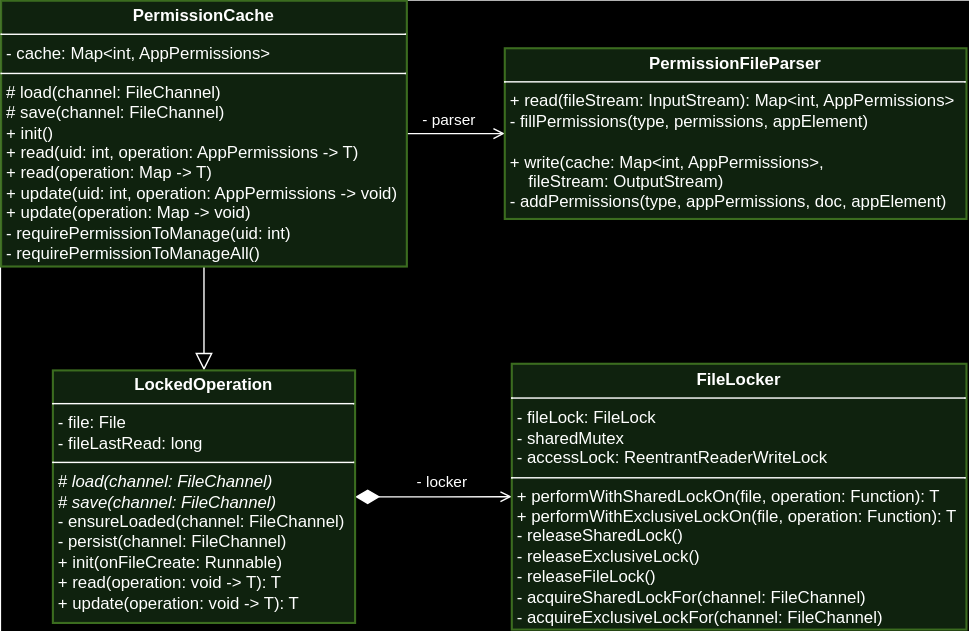
Earlier version of the draw.io export images/components/state-persistence.svg (alberto-lazari/masters-thesis). Source tidied: cells renumbered, new cells last; positions are measured from the earlier drawing's top-left corner, leaving out a move shared by most shapes.
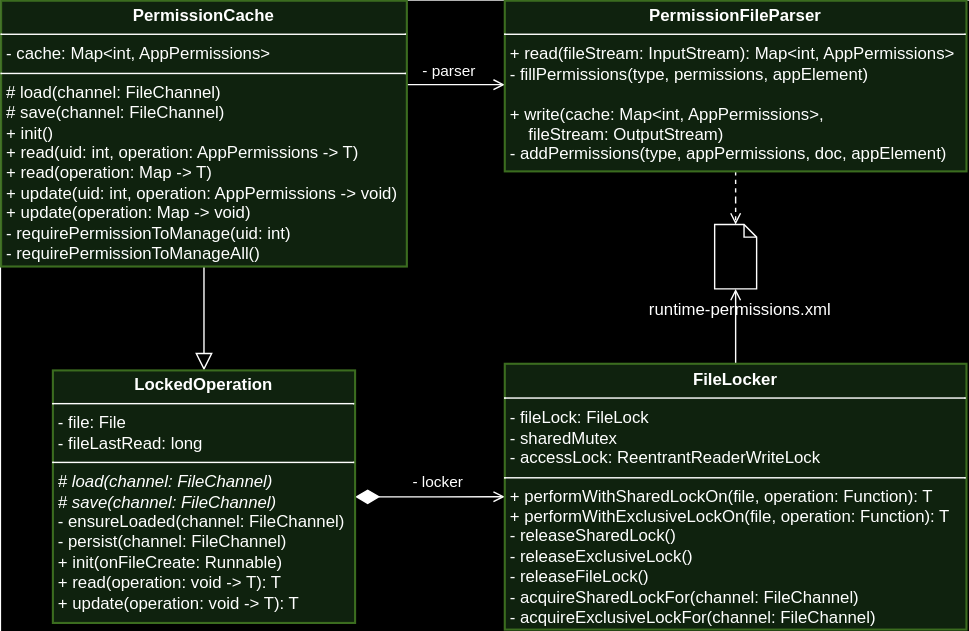
After the change.

Change to the diagram source:
```diff
@@ -6,13 +6,21 @@
       <mxGeometry relative="1" as="geometry" />
     </mxCell>
     <mxCell id="3" value="- parser" style="edgeStyle=orthogonalEdgeStyle;rounded=0;jettySize=auto;html=1;endArrow=open;endFill=0;" parent="1" edge="1" source="4" target="5">
-      <mxGeometry x="-0.14" y="10" relative="1" as="geometry" />
+      <mxGeometry x="-0.14" y="10" relative="1" as="geometry">
+        <Array as="points">
+          <mxPoint x="340" y="60" />
+          <mxPoint x="340" y="60" />
+        </Array>
+      </mxGeometry>
     </mxCell>
     <mxCell id="4" value="&lt;p style=&quot;margin:0px;margin-top:4px;text-align:center;&quot;&gt;&lt;b&gt;PermissionCache&lt;/b&gt;&lt;/p&gt;&lt;hr size=&quot;1&quot; style=&quot;border-style:solid;&quot;&gt;&lt;p style=&quot;margin:0px;margin-left:4px;&quot;&gt;- cache: Map&amp;lt;int, AppPermissions&amp;gt;&lt;br&gt;&lt;/p&gt;&lt;hr size=&quot;1&quot; style=&quot;border-style:solid;&quot;&gt;&lt;p style=&quot;margin:0px;margin-left:4px;&quot;&gt;# load(channel: FileChannel)&lt;/p&gt;&lt;p style=&quot;margin:0px;margin-left:4px;&quot;&gt;# save(channel: FileChannel)&lt;br&gt;&lt;/p&gt;&lt;p style=&quot;margin:0px;margin-left:4px;&quot;&gt;+ init()&lt;/p&gt;&lt;p style=&quot;margin:0px;margin-left:4px;&quot;&gt;+ read(uid: int, operation: AppPermissions -&amp;gt; T)&lt;/p&gt;&lt;p style=&quot;margin:0px;margin-left:4px;&quot;&gt;+ read(operation: Map -&amp;gt; T)&lt;br&gt;&lt;/p&gt;&lt;p style=&quot;margin:0px;margin-left:4px;&quot;&gt;+ update(uid: int, operation: AppPermissions -&amp;gt; void)&lt;/p&gt;&lt;p style=&quot;margin:0px;margin-left:4px;&quot;&gt;+ update(operation: Map -&amp;gt; void)&lt;br&gt;&lt;/p&gt;&lt;p style=&quot;margin:0px;margin-left:4px;&quot;&gt;- requirePermissionToManage(uid: int)&lt;/p&gt;&lt;p style=&quot;margin:0px;margin-left:4px;&quot;&gt;- requirePermissionToManageAll()&lt;br&gt;&lt;/p&gt;&lt;p style=&quot;margin:0px;margin-left:4px;&quot;&gt;&lt;span style=&quot;caret-color: rgba(0, 0, 0, 0); color: rgba(0, 0, 0, 0); font-family: monospace; font-size: 0px; white-space: nowrap;&quot;&gt;%3CmxGraphModel%3E%3Croot%3E%3CmxCell%20id%3D%220%22%2F%3E%3CmxCell%20id%3D%221%22%20parent%3D%220%22%2F%3E%3CmxCell%20id%3D%222%22%20value%3D%22%26lt%3Bp%20style%3D%26quot%3Bmargin%3A0px%3Bmargin-top%3A4px%3Btext-align%3Acenter%3B%26quot%3B%26gt%3B%26lt%3Bb%26gt%3BPermissionManagerServiceImpl%26lt%3B%2Fb%26gt%3B%26lt%3B%2Fp%26gt%3B%26lt%3Bhr%20size%3D%26quot%3B1%26quot%3B%20style%3D%26quot%3Bborder-style%3Asolid%3B%26quot%3B%26gt%3B%26lt%3Bp%20style%3D%26quot%3Bmargin%3A0px%3Bmargin-left%3A4px%3B%26quot%3B%26gt%3B%26lt%3Bbr%26gt%3B%26lt%3B%2Fp%26gt%3B%26lt%3Bhr%20size%3D%26quot%3B1%26quot%3B%20style%3D%26quot%3Bborder-style%3Asolid%3B%26quot%3B%26gt%3B%26lt%3Bp%20style%3D%26quot%3Bmargin%3A0px%3Bmargin-left%3A4px%3B%26quot%3B%26gt%3B%2B%20restorePermissionState()%26lt%3B%2Fp%26gt%3B%22%20style%3D%22verticalAlign%3Dtop%3Balign%3Dleft%3Boverflow%3Dfill%3Bhtml%3D1%3BwhiteSpace%3Dwrap%3B%22%20vertex%3D%221%22%20parent%3D%221%22%3E%3CmxGeometry%20x%3D%22460%22%20y%3D%22305%22%20width%3D%22200%22%20height%3D%2290%22%20as%3D%22geometry%22%2F%3E%3C%2FmxCell%3E%3C%2Froot%3E%3C%2FmxGraphModel%&lt;/span&gt;&lt;/p&gt;" style="verticalAlign=top;align=left;overflow=fill;html=1;whiteSpace=wrap;strokeWidth=1.5;comic=0;strokeColor=#82b366;fillColor=#d5e8d4;" parent="1" vertex="1">
       <mxGeometry width="290" height="190" as="geometry" />
     </mxCell>
+    <mxCell id="10" style="edgeStyle=orthogonalEdgeStyle;rounded=0;jettySize=auto;html=1;endArrow=open;endFill=0;dashed=1;" parent="1" edge="1" source="5" target="12">
+      <mxGeometry relative="1" as="geometry" />
+    </mxCell>
     <mxCell id="5" value="&lt;p style=&quot;margin:0px;margin-top:4px;text-align:center;&quot;&gt;&lt;b&gt;PermissionFileParser&lt;/b&gt;&lt;/p&gt;&lt;hr size=&quot;1&quot; style=&quot;border-style:solid;&quot;&gt;&lt;p style=&quot;margin:0px;margin-left:4px;&quot;&gt;+ read(fileStream: InputStream): Map&amp;lt;int, AppPermissions&amp;gt;&lt;/p&gt;&lt;p style=&quot;margin:0px;margin-left:4px;&quot;&gt;- fillPermissions(type, permissions, appElement)&lt;/p&gt;&lt;p style=&quot;margin:0px;margin-left:4px;&quot;&gt;&lt;br&gt;&lt;/p&gt;&lt;p style=&quot;margin:0px;margin-left:4px;&quot;&gt;+ write(cache: Map&amp;lt;int, AppPermissions&amp;gt;,&lt;/p&gt;&lt;p style=&quot;margin:0px;margin-left:4px;&quot;&gt;&amp;nbsp; &amp;nbsp; fileStream: OutputStream)&lt;/p&gt;&lt;p style=&quot;margin:0px;margin-left:4px;&quot;&gt;- addPermissions(type, appPermissions, doc, appElement)&lt;/p&gt;&lt;p style=&quot;margin:0px;margin-left:4px;&quot;&gt;&lt;span style=&quot;caret-color: rgba(0, 0, 0, 0); color: rgba(0, 0, 0, 0); font-family: monospace; font-size: 0px; white-space: nowrap;&quot;&gt;%3CmxGraphModel%3E%3Croot%3E%3CmxCell%20id%3D%220%22%2F%3E%3CmxCell%20id%3D%221%22%20parent%3D%220%22%2F%3E%3CmxCell%20id%3D%222%22%20value%3D%22%26lt%3Bp%20style%3D%26quot%3Bmargin%3A0px%3Bmargin-top%3A4px%3Btext-align%3Acenter%3B%26quot%3B%26gt%3B%26lt%3Bb%26gt%3BPermissionManagerServiceImpl%26lt%3B%2Fb%26gt%3B%26lt%3B%2Fp%26gt%3B%26lt%3Bhr%20size%3D%26quot%3B1%26quot%3B%20style%3D%26quot%3Bborder-style%3Asolid%3B%26quot%3B%26gt%3B%26lt%3Bp%20style%3D%26quot%3Bmargin%3A0px%3Bmargin-left%3A4px%3B%26quot%3B%26gt%3B%26lt%3Bbr%26gt%3B%26lt%3B%2Fp%26gt%3B%26lt%3Bhr%20size%3D%26quot%3B1%26quot%3B%20style%3D%26quot%3Bborder-style%3Asolid%3B%26quot%3B%26gt%3B%26lt%3Bp%20style%3D%26quot%3Bmargin%3A0px%3Bmargin-left%3A4px%3B%26quot%3B%26gt%3B%2B%20restorePermissionState()%26lt%3B%2Fp%26gt%3B%22%20style%3D%22verticalAlign%3Dtop%3Balign%3Dleft%3Boverflow%3Dfill%3Bhtml%3D1%3BwhiteSpace%3Dwrap%3B%22%20vertex%3D%221%22%20parent%3D%221%22%3E%3CmxGeometry%20x%3D%22460%22%20y%3D%22305%22%20width%3D%22200%22%20height%3D%2290%22%20as%3D%22geometry%22%2F%3E%3C%2FmxCell%3E%3C%2Froot%3E%3C%2FmxGraphModel%&lt;/span&gt;&lt;/p&gt;" style="verticalAlign=top;align=left;overflow=fill;html=1;whiteSpace=wrap;strokeWidth=1.5;comic=0;strokeColor=#82b366;fillColor=#d5e8d4;" parent="1" vertex="1">
-      <mxGeometry x="360" y="34" width="330" height="122" as="geometry" />
+      <mxGeometry x="360" width="330" height="122" as="geometry" />
     </mxCell>
     <mxCell id="6" style="edgeStyle=orthogonalEdgeStyle;rounded=0;jettySize=auto;html=1;endArrow=open;endFill=0;startArrow=diamondThin;startFill=1;startSize=15;" parent="1" edge="1" source="8" target="9">
       <mxGeometry x="-0.11" y="16" relative="1" as="geometry">
@@ -27,8 +35,17 @@
     <mxCell id="8" value="&lt;p style=&quot;margin:0px;margin-top:4px;text-align:center;&quot;&gt;&lt;b&gt;LockedOperation&lt;/b&gt;&lt;/p&gt;&lt;hr size=&quot;1&quot; style=&quot;border-style:solid;&quot;&gt;&lt;p style=&quot;margin:0px;margin-left:4px;&quot;&gt;- file: File&lt;/p&gt;&lt;p style=&quot;margin:0px;margin-left:4px;&quot;&gt;- fileLastRead: long&lt;/p&gt;&lt;hr size=&quot;1&quot; style=&quot;border-style:solid;&quot;&gt;&lt;p style=&quot;margin:0px;margin-left:4px;&quot;&gt;&lt;i&gt;# load(channel: FileChannel)&lt;/i&gt;&lt;/p&gt;&lt;p style=&quot;margin:0px;margin-left:4px;&quot;&gt;&lt;i&gt;# save(channel: FileChannel)&lt;/i&gt;&lt;i&gt;&lt;br&gt;&lt;/i&gt;&lt;/p&gt;&lt;p style=&quot;margin: 0px 0px 0px 4px;&quot;&gt;- ensureLoaded(channel: FileChannel)&lt;/p&gt;&lt;p style=&quot;margin: 0px 0px 0px 4px;&quot;&gt;- persist(channel: FileChannel)&lt;/p&gt;&lt;p style=&quot;margin:0px;margin-left:4px;&quot;&gt;+ init(onFileCreate: Runnable)&lt;/p&gt;&lt;p style=&quot;margin:0px;margin-left:4px;&quot;&gt;+ read(operation: void -&amp;gt; T): T&lt;/p&gt;&lt;p style=&quot;margin:0px;margin-left:4px;&quot;&gt;+ update(operation: void -&amp;gt; T): T&lt;/p&gt;&lt;p style=&quot;margin:0px;margin-left:4px;&quot;&gt;&lt;span style=&quot;caret-color: rgba(0, 0, 0, 0); color: rgba(0, 0, 0, 0); font-family: monospace; font-size: 0px; white-space: nowrap;&quot;&gt;%3CmxGraphModel%3E%3Croot%3E%3CmxCell%20id%3D%220%22%2F%3E%3CmxCell%20id%3D%221%22%20parent%3D%220%22%2F%3E%3CmxCell%20id%3D%222%22%20value%3D%22%26lt%3Bp%20style%3D%26quot%3Bmargin%3A0px%3Bmargin-top%3A4px%3Btext-align%3Acenter%3B%26quot%3B%26gt%3B%26lt%3Bb%26gt%3BPermissionManagerServiceImpl%26lt%3B%2Fb%26gt%3B%26lt%3B%2Fp%26gt%3B%26lt%3Bhr%20size%3D%26quot%3B1%26quot%3B%20style%3D%26quot%3Bborder-style%3Asolid%3B%26quot%3B%26gt%3B%26lt%3Bp%20style%3D%26quot%3Bmargin%3A0px%3Bmargin-left%3A4px%3B%26quot%3B%26gt%3B%26lt%3Bbr%26gt%3B%26lt%3B%2Fp%26gt%3B%26lt%3Bhr%20size%3D%26quot%3B1%26quot%3B%20style%3D%26quot%3Bborder-style%3Asolid%3B%26quot%3B%26gt%3B%26lt%3Bp%20style%3D%26quot%3Bmargin%3A0px%3Bmargin-left%3A4px%3B%26quot%3B%26gt%3B%2B%20restorePermissionState()%26lt%3B%2Fp%26gt%3B%22%20style%3D%22verticalAlign%3Dtop%3Balign%3Dleft%3Boverflow%3Dfill%3Bhtml%3D1%3BwhiteSpace%3Dwrap%3B%22%20vertex%3D%221%22%20parent%3D%221%22%3E%3CmxGeometry%20x%3D%22460%22%20y%3D%22305%22%20width%3D%22200%22%20height%3D%2290%22%20as%3D%22geometry%22%2F%3E%3C%2FmxCell%3E%3C%2Froot%3E%3C%2FmxGraphModel%&lt;/span&gt;&lt;/p&gt;" style="verticalAlign=top;align=left;overflow=fill;html=1;whiteSpace=wrap;strokeWidth=1.5;comic=0;strokeColor=#82b366;fillColor=#d5e8d4;" parent="1" vertex="1">
       <mxGeometry x="37" y="264.2" width="216" height="180.5" as="geometry" />
     </mxCell>
+    <mxCell id="11" style="edgeStyle=orthogonalEdgeStyle;rounded=0;jettySize=auto;html=1;endArrow=open;endFill=0;" parent="1" edge="1" source="9" target="12">
+      <mxGeometry relative="1" as="geometry" />
+    </mxCell>
     <mxCell id="9" value="&lt;p style=&quot;margin:0px;margin-top:4px;text-align:center;&quot;&gt;&lt;b&gt;FileLocker&lt;/b&gt;&lt;/p&gt;&lt;hr size=&quot;1&quot; style=&quot;border-style:solid;&quot;&gt;&lt;p style=&quot;margin:0px;margin-left:4px;&quot;&gt;- fileLock: FileLock&lt;br&gt;&lt;/p&gt;&lt;p style=&quot;margin:0px;margin-left:4px;&quot;&gt;- sharedMutex&lt;/p&gt;&lt;p style=&quot;margin:0px;margin-left:4px;&quot;&gt;- accessLock: ReentrantReaderWriteLock&lt;/p&gt;&lt;hr size=&quot;1&quot; style=&quot;border-style:solid;&quot;&gt;&lt;p style=&quot;margin:0px;margin-left:4px;&quot;&gt;+ performWithSharedLockOn(file, operation: Function): T&lt;/p&gt;&lt;p style=&quot;margin:0px;margin-left:4px;&quot;&gt;+ performWithExclusiveLockOn(file, operation: Function): T&lt;br&gt;&lt;/p&gt;&lt;p style=&quot;margin:0px;margin-left:4px;&quot;&gt;- releaseSharedLock()&lt;/p&gt;&lt;p style=&quot;margin:0px;margin-left:4px;&quot;&gt;- releaseExclusiveLock()&lt;/p&gt;&lt;p style=&quot;margin:0px;margin-left:4px;&quot;&gt;- releaseFileLock()&lt;/p&gt;&lt;p style=&quot;margin:0px;margin-left:4px;&quot;&gt;- acquireSharedLockFor(channel: FileChannel)&lt;/p&gt;&lt;p style=&quot;margin:0px;margin-left:4px;&quot;&gt;- acquireExclusiveLockFor(channel: FileChannel)&lt;/p&gt;&lt;p style=&quot;margin:0px;margin-left:4px;&quot;&gt;&lt;span style=&quot;caret-color: rgba(0, 0, 0, 0); color: rgba(0, 0, 0, 0); font-family: monospace; font-size: 0px; white-space: nowrap;&quot;&gt;%3CmxGraphModel%3E%3Croot%3E%3CmxCell%20id%3D%220%22%2F%3E%3CmxCell%20id%3D%221%22%20parent%3D%220%22%2F%3E%3CmxCell%20id%3D%222%22%20value%3D%22%26lt%3Bp%20style%3D%26quot%3Bmargin%3A0px%3Bmargin-top%3A4px%3Btext-align%3Acenter%3B%26quot%3B%26gt%3B%26lt%3Bb%26gt%3BPermissionManagerServiceImpl%26lt%3B%2Fb%26gt%3B%26lt%3B%2Fp%26gt%3B%26lt%3Bhr%20size%3D%26quot%3B1%26quot%3B%20style%3D%26quot%3Bborder-style%3Asolid%3B%26quot%3B%26gt%3B%26lt%3Bp%20style%3D%26quot%3Bmargin%3A0px%3Bmargin-left%3A4px%3B%26quot%3B%26gt%3B%26lt%3Bbr%26gt%3B%26lt%3B%2Fp%26gt%3B%26lt%3Bhr%20size%3D%26quot%3B1%26quot%3B%20style%3D%26quot%3Bborder-style%3Asolid%3B%26quot%3B%26gt%3B%26lt%3Bp%20style%3D%26quot%3Bmargin%3A0px%3Bmargin-left%3A4px%3B%26quot%3B%26gt%3B%2B%20restorePermissionState()%26lt%3B%2Fp%26gt%3B%22%20style%3D%22verticalAlign%3Dtop%3Balign%3Dleft%3Boverflow%3Dfill%3Bhtml%3D1%3BwhiteSpace%3Dwrap%3B%22%20vertex%3D%221%22%20parent%3D%221%22%3E%3CmxGeometry%20x%3D%22460%22%20y%3D%22305%22%20width%3D%22200%22%20height%3D%2290%22%20as%3D%22geometry%22%2F%3E%3C%2FmxCell%3E%3C%2Froot%3E%3C%2FmxGraphModel%&lt;/span&gt;&lt;/p&gt;" style="verticalAlign=top;align=left;overflow=fill;html=1;whiteSpace=wrap;strokeWidth=1.5;comic=0;strokeColor=#82b366;fillColor=#d5e8d4;" parent="1" vertex="1">
-      <mxGeometry x="365" y="259.5" width="325" height="190" as="geometry" />
+      <mxGeometry x="360" y="259.5" width="330" height="190" as="geometry" />
     </mxCell>
+    <mxCell id="12" style="shape=note2;boundedLbl=1;whiteSpace=wrap;html=1;size=9;verticalAlign=top;align=center;" parent="1" vertex="1">
+      <mxGeometry x="510" y="160" width="30" height="46" as="geometry" />
+    </mxCell>
+    <mxCell id="13" value="runtime-permissions.xml" style="text;html=1;align=center;verticalAlign=middle;strokeColor=none;fillColor=none;" parent="1" vertex="1">
+      <mxGeometry x="452.5" y="206" width="150" height="30" as="geometry" />
+    </mxCell>
   </root>
 </mxGraphModel>
```
